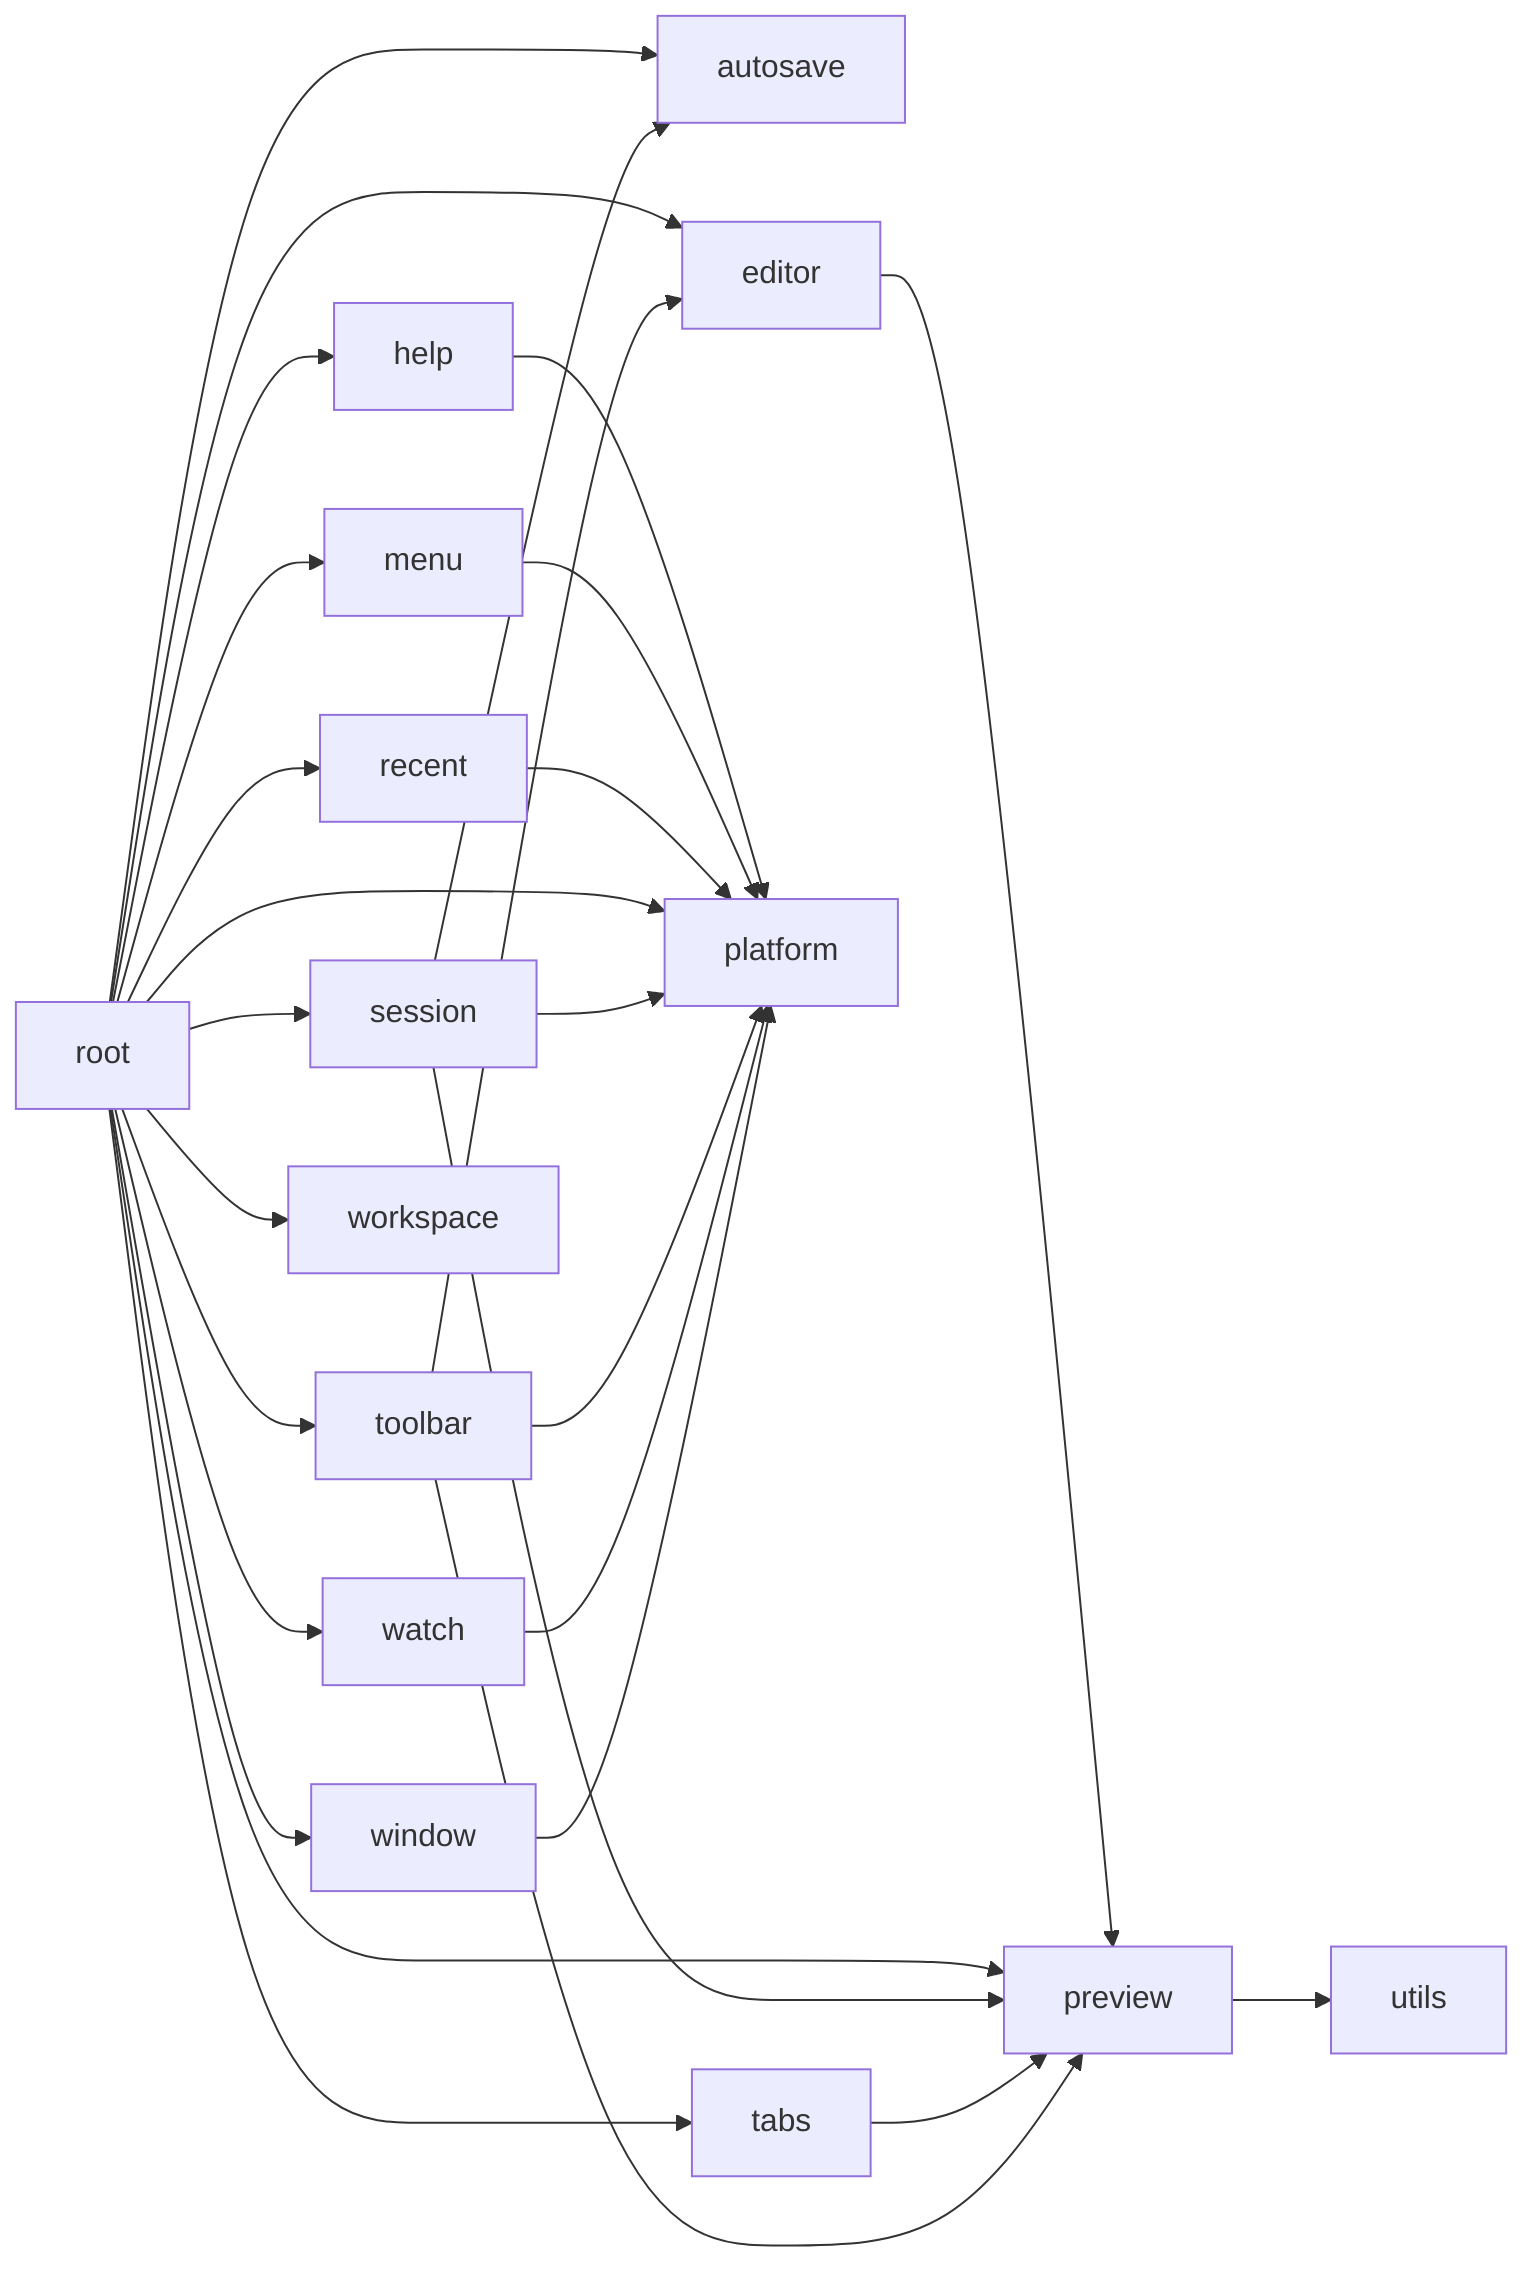
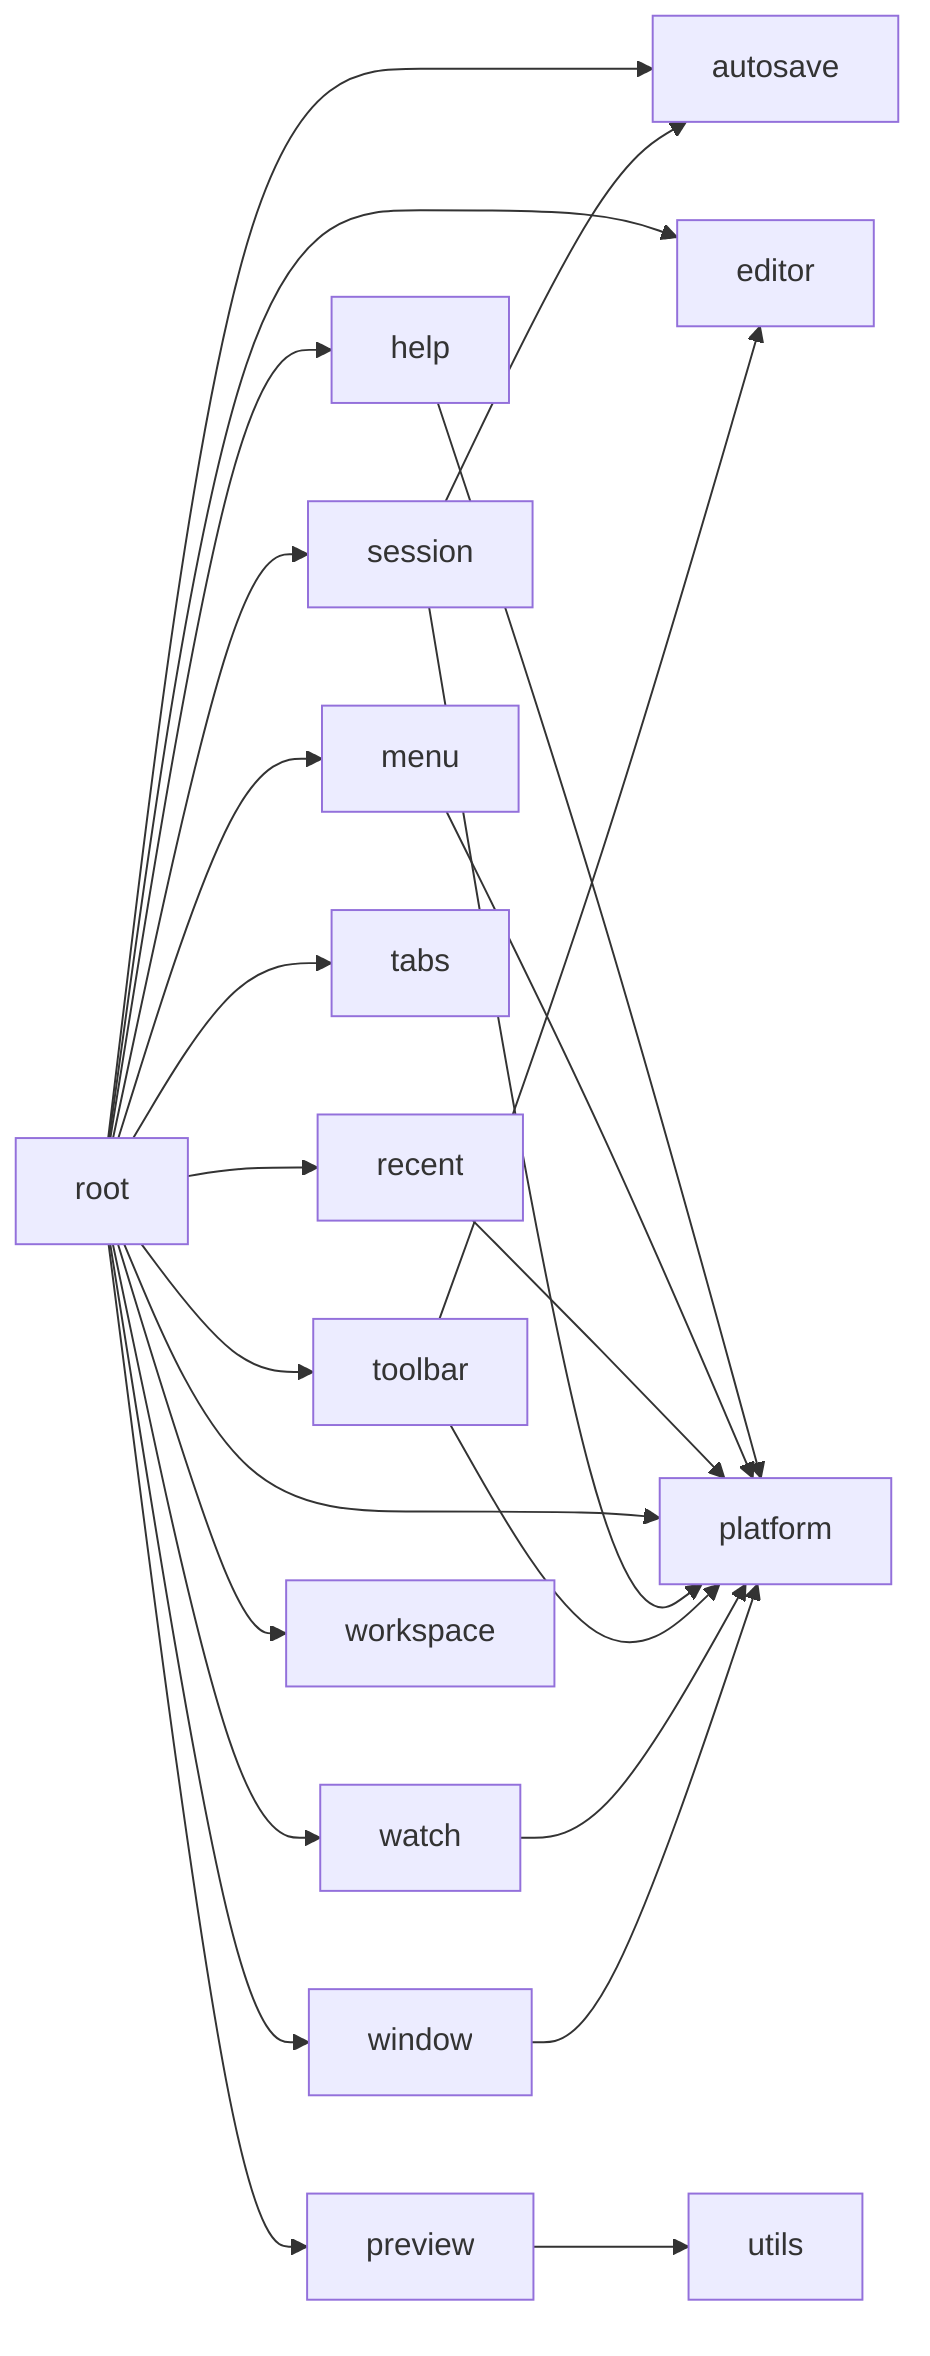
graph LR
  autosave["autosave"]
  editor["editor"]
  help["help"]
  menu["menu"]
  platform["platform"]
  preview["preview"]
  recent["recent"]
  root["root"]
  session["session"]
  tabs["tabs"]
  toolbar["toolbar"]
  utils["utils"]
  watch["watch"]
  window["window"]
  workspace["workspace"]
-   editor --> preview
  help --> platform
  menu --> platform
  preview --> utils
  recent --> platform
  root --> autosave
  root --> editor
  root --> help
  root --> menu
  root --> platform
  root --> preview
  root --> recent
  root --> session
  root --> tabs
  root --> toolbar
  root --> watch
  root --> window
  root --> workspace
  session --> autosave
  session --> platform
-   session --> preview
-   tabs --> preview
  toolbar --> editor
  toolbar --> platform
-   toolbar --> preview
  watch --> platform
  window --> platform
